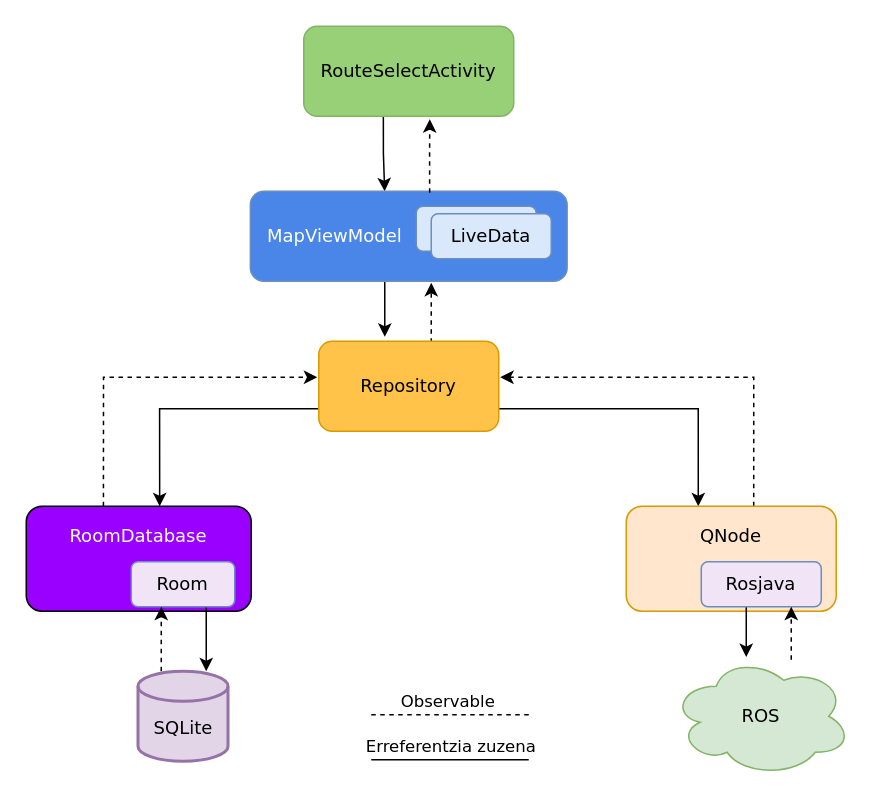
The draw.io diagram page "Architecture" (3 of 8) of diagrams/GidaBotApp.drawio in i0sch4in/gidabotApp, before the edit. Source tidied: cells renumbered, new cells numbered last; positions are measured from the earlier drawing's top-left corner, leaving out a move shared by most shapes. Both pictures are drawn from the tidied source at 150%, with x=0, y=0 at pixel (26, 26).
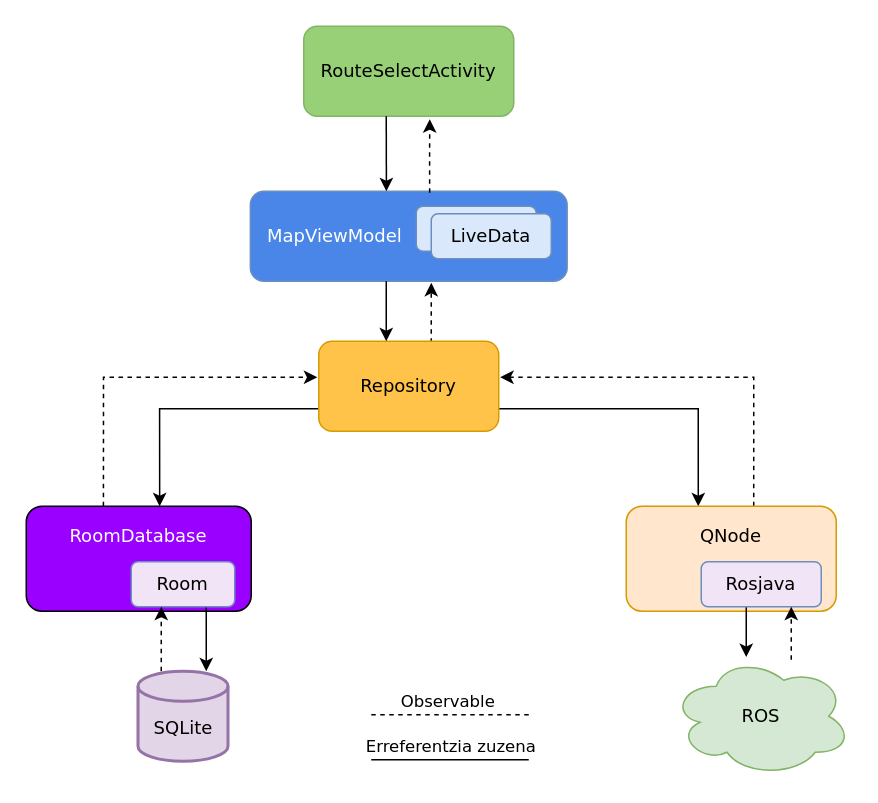
The same diagram, later.

The change refers to these unchanged cells:
```xml
<mxCell id="3" value="RouteSelectActivity" style="rounded=1;whiteSpace=wrap;html=1;strokeColor=#82b366;fontFamily=Verdana;fillColor=#97D077;" parent="1" vertex="1">
  <mxGeometry x="185" width="140" height="60" as="geometry" />
</mxCell>
<mxCell id="8" value="Repository" style="rounded=1;whiteSpace=wrap;html=1;fontFamily=Verdana;align=center;strokeColor=#d79b00;fillColor=#FFC34A;" parent="1" vertex="1">
  <mxGeometry x="195" y="210" width="120" height="60" as="geometry" />
</mxCell>
<mxCell id="22" value="MapViewModel" style="rounded=1;whiteSpace=wrap;html=1;fontFamily=Verdana;align=left;spacingLeft=10;strokeColor=#6c8ebf;fontColor=#FFFFFF;fillColor=#4A86E8;" parent="21" vertex="1">
  <mxGeometry width="211.2" height="60" as="geometry" />
</mxCell>
```

The edit, as a diff of the source:
```diff
@@
-    <mxCell id="2" style="edgeStyle=orthogonalEdgeStyle;rounded=0;jettySize=auto;html=1;fontFamily=Verdana;entryX=0.424;entryY=0;entryDx=0;entryDy=0;entryPerimeter=0;exitX=0.379;exitY=0.983;exitDx=0;exitDy=0;exitPerimeter=0;" parent="1" edge="1" source="3" target="22">
-      <mxGeometry relative="1" as="geometry" />
-    </mxCell>
@@
-    <mxCell id="4" style="edgeStyle=orthogonalEdgeStyle;rounded=0;jettySize=auto;html=1;fontFamily=Verdana;fontColor=#FFFFFF;entryX=0.367;entryY=-0.05;entryDx=0;entryDy=0;entryPerimeter=0;exitX=0.372;exitY=0.983;exitDx=0;exitDy=0;exitPerimeter=0;" parent="1" edge="1" source="22" target="8">
-      <mxGeometry relative="1" as="geometry" />
-    </mxCell>
@@
+    <mxCell id="30" style="rounded=0;orthogonalLoop=1;jettySize=auto;html=1;fontFamily=Verdana;fontColor=#FFFFFF;entryX=0.367;entryY=-0.05;entryDx=0;entryDy=0;entryPerimeter=0;" parent="1" edge="1">
+      <mxGeometry relative="1" as="geometry">
+        <mxPoint x="240" y="60" as="sourcePoint" />
+        <mxPoint x="240.1" y="110" as="targetPoint" />
+      </mxGeometry>
+    </mxCell>
+    <mxCell id="31" style="rounded=0;orthogonalLoop=1;jettySize=auto;html=1;fontFamily=Verdana;fontColor=#FFFFFF;" parent="1" edge="1">
+      <mxGeometry relative="1" as="geometry">
+        <mxPoint x="240" y="170" as="sourcePoint" />
+        <mxPoint x="240" y="210" as="targetPoint" />
+      </mxGeometry>
+    </mxCell>
```
